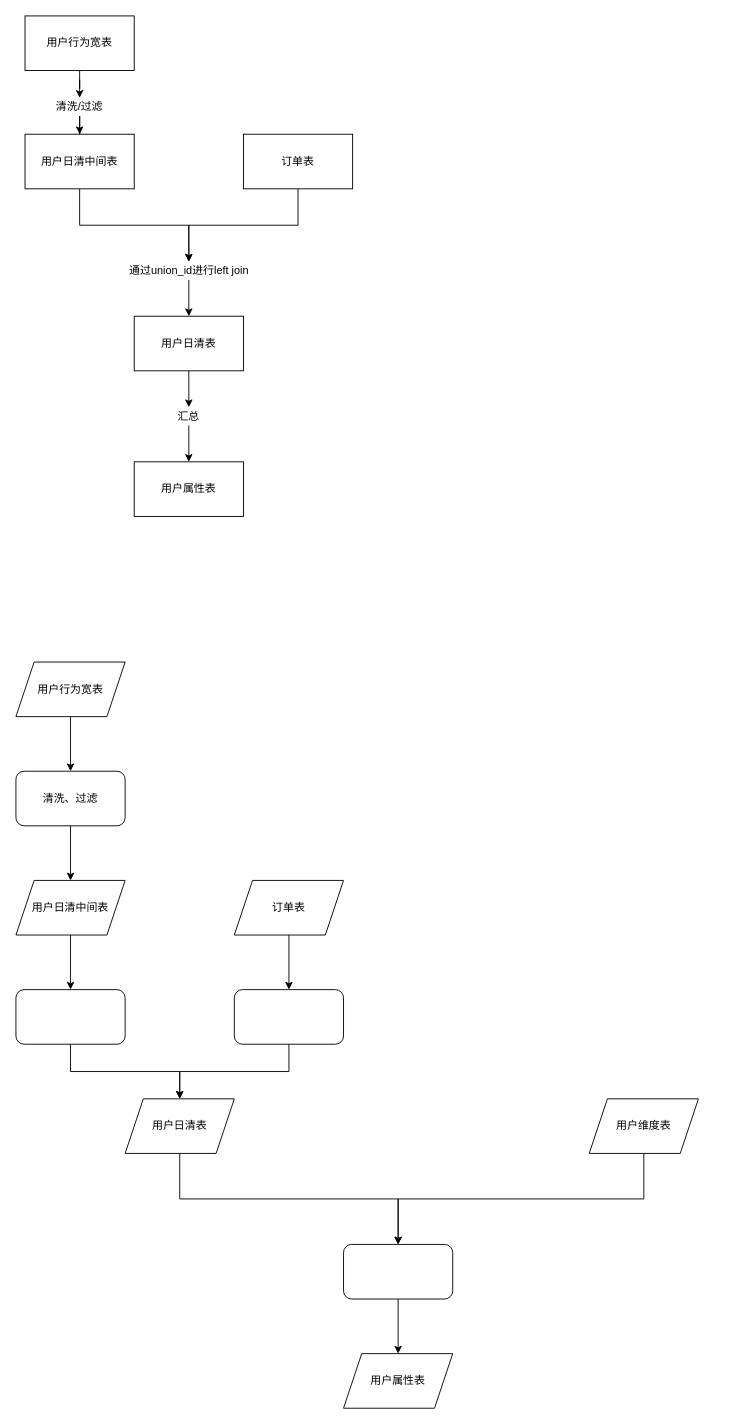
Above: plan/用户主题宽表的血缘关系图.drawio in Jacoulin/draw (draw.io), before the change. Source tidied: cells renumbered, new cells numbered last; positions are measured from the earlier drawing's top-left corner, leaving out a move shared by most shapes. Both pictures are drawn from the tidied source at 91%, with x=0, y=0 at pixel (15, 15).
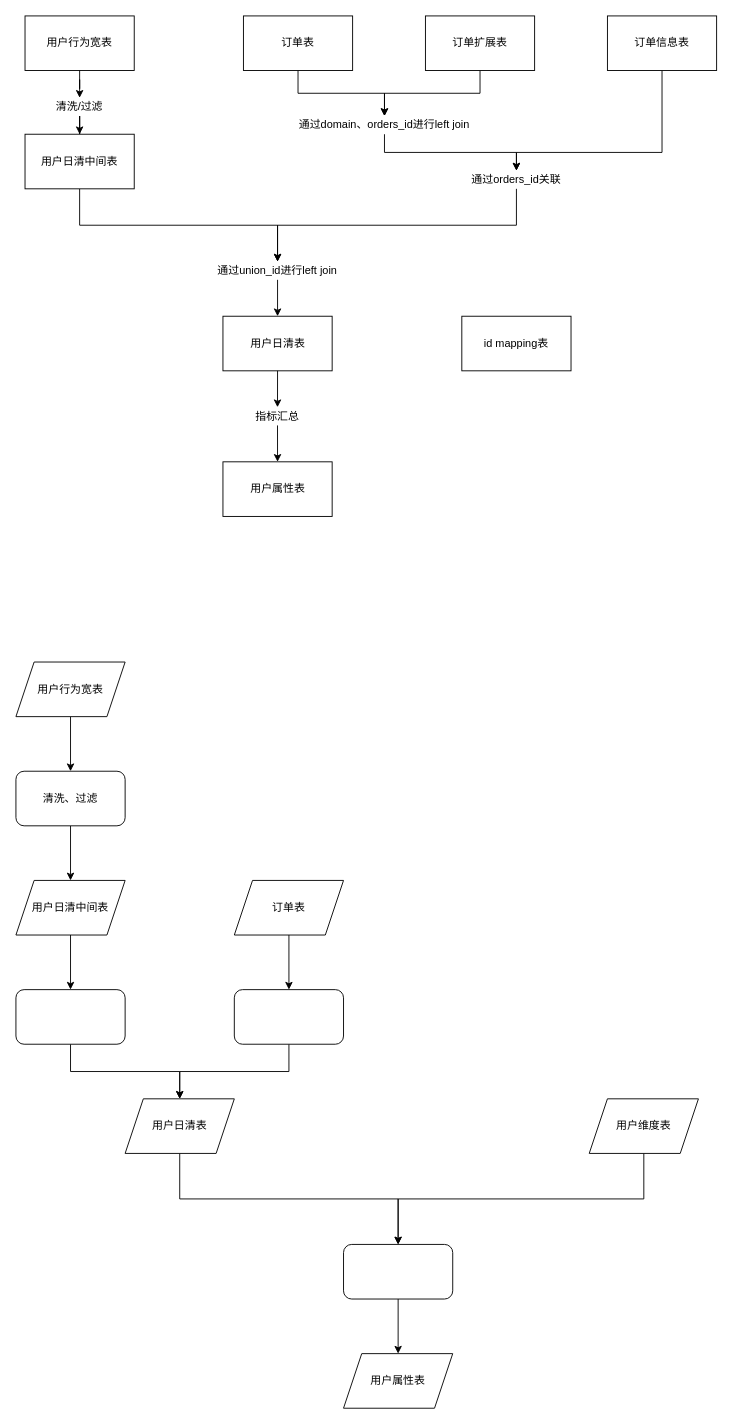
Above is the later version.

Commit message:
Update 用户主题宽表的血缘关系图.drawio

What changed in the source:
```diff
@@
-    <mxCell id="26" style="edgeStyle=orthogonalEdgeStyle;rounded=0;jettySize=auto;html=1;exitX=0.5;exitY=1;exitDx=0;exitDy=0;" parent="1" edge="1" source="27" target="33">
-      <mxGeometry relative="1" as="geometry" />
-    </mxCell>
+    <mxCell id="36" style="edgeStyle=orthogonalEdgeStyle;rounded=0;jettySize=auto;html=1;exitX=0.5;exitY=1;exitDx=0;exitDy=0;entryX=0.5;entryY=0;entryDx=0;entryDy=0;" parent="1" edge="1" source="27" target="40">
+      <mxGeometry relative="1" as="geometry" />
+    </mxCell>
     <mxCell id="27" value="订单表" style="rounded=0;whiteSpace=wrap;html=1;" parent="1" vertex="1">
-      <mxGeometry x="250" y="130" width="120" height="60" as="geometry" />
+      <mxGeometry x="250" width="120" height="60" as="geometry" />
     </mxCell>
@@
     <mxCell id="29" value="用户日清表" style="rounded=0;whiteSpace=wrap;html=1;" parent="1" vertex="1">
-      <mxGeometry x="130" y="330" width="120" height="60" as="geometry" />
+      <mxGeometry x="227.5" y="330" width="120" height="60" as="geometry" />
     </mxCell>
@@
     <mxCell id="32" value="用户属性表" style="rounded=0;whiteSpace=wrap;html=1;" parent="1" vertex="1">
-      <mxGeometry x="130" y="490" width="120" height="60" as="geometry" />
+      <mxGeometry x="227.5" y="490" width="120" height="60" as="geometry" />
     </mxCell>
     <mxCell id="33" value="通过union_id进行left join" style="text;html=1;strokeColor=none;fillColor=none;align=center;verticalAlign=middle;whiteSpace=wrap;rounded=0;" parent="1" vertex="1">
-      <mxGeometry x="82.5" y="270" width="215" height="20" as="geometry" />
+      <mxGeometry x="180" y="270" width="215" height="20" as="geometry" />
     </mxCell>
-    <mxCell id="34" value="汇总" style="text;html=1;strokeColor=none;fillColor=none;align=center;verticalAlign=middle;whiteSpace=wrap;rounded=0;" parent="1" vertex="1">
-      <mxGeometry x="170" y="430" width="40" height="20" as="geometry" />
+    <mxCell id="34" value="指标汇总" style="text;html=1;strokeColor=none;fillColor=none;align=center;verticalAlign=middle;whiteSpace=wrap;rounded=0;" parent="1" vertex="1">
+      <mxGeometry x="246.2" y="430" width="82.5" height="20" as="geometry" />
     </mxCell>
@@
+    <mxCell id="37" style="edgeStyle=orthogonalEdgeStyle;rounded=0;jettySize=auto;html=1;exitX=0.5;exitY=1;exitDx=0;exitDy=0;entryX=0.5;entryY=0;entryDx=0;entryDy=0;" parent="1" edge="1" source="38" target="40">
+      <mxGeometry relative="1" as="geometry" />
+    </mxCell>
+    <mxCell id="38" value="订单扩展表" style="rounded=0;whiteSpace=wrap;html=1;" parent="1" vertex="1">
+      <mxGeometry x="450" width="120" height="60" as="geometry" />
+    </mxCell>
+    <mxCell id="39" style="edgeStyle=orthogonalEdgeStyle;rounded=0;jettySize=auto;html=1;exitX=0.5;exitY=1;exitDx=0;exitDy=0;entryX=0.5;entryY=0;entryDx=0;entryDy=0;" parent="1" edge="1" source="40" target="44">
+      <mxGeometry relative="1" as="geometry" />
+    </mxCell>
+    <mxCell id="40" value="通过domain、orders_id进行left join" style="text;html=1;strokeColor=none;fillColor=none;align=center;verticalAlign=middle;whiteSpace=wrap;rounded=0;" parent="1" vertex="1">
+      <mxGeometry x="290" y="110" width="230" height="20" as="geometry" />
+    </mxCell>
+    <mxCell id="41" style="edgeStyle=orthogonalEdgeStyle;rounded=0;jettySize=auto;html=1;exitX=0.5;exitY=1;exitDx=0;exitDy=0;" parent="1" edge="1" source="42" target="44">
+      <mxGeometry relative="1" as="geometry">
+        <Array as="points">
+          <mxPoint x="710" y="150" />
+          <mxPoint x="550" y="150" />
+        </Array>
+      </mxGeometry>
+    </mxCell>
+    <mxCell id="42" value="订单信息表" style="rounded=0;whiteSpace=wrap;html=1;" parent="1" vertex="1">
+      <mxGeometry x="650" width="120" height="60" as="geometry" />
+    </mxCell>
+    <mxCell id="43" style="edgeStyle=orthogonalEdgeStyle;rounded=0;jettySize=auto;html=1;exitX=0.5;exitY=1;exitDx=0;exitDy=0;" parent="1" edge="1" source="44" target="33">
+      <mxGeometry relative="1" as="geometry" />
+    </mxCell>
+    <mxCell id="44" value="通过orders_id关联" style="text;html=1;strokeColor=none;fillColor=none;align=center;verticalAlign=middle;whiteSpace=wrap;rounded=0;" parent="1" vertex="1">
+      <mxGeometry x="470" y="170" width="160" height="20" as="geometry" />
+    </mxCell>
+    <mxCell id="45" value="id mapping表" style="rounded=0;whiteSpace=wrap;html=1;" parent="1" vertex="1">
+      <mxGeometry x="490" y="330" width="120" height="60" as="geometry" />
+    </mxCell>
```
